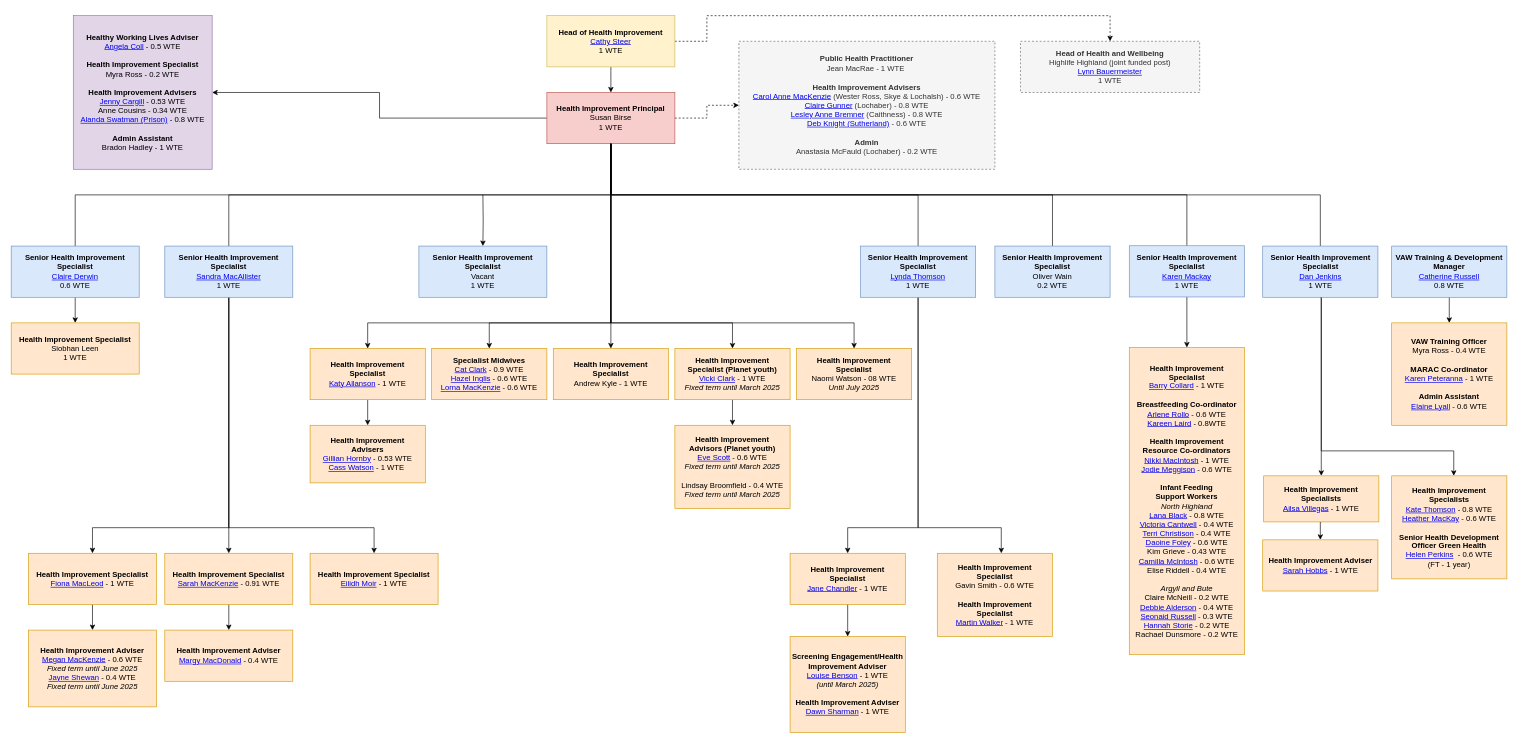
The draw.io diagram Untitled Diagram.drawio in barrycollard/staffOrgChart, before the edit. Source tidied: cells renumbered, new cells numbered last; positions are measured from the earlier drawing's top-left corner, leaving out a move shared by most shapes. Both pictures are drawn from the tidied source at 64%, with x=0, y=0 at pixel (11, 15).
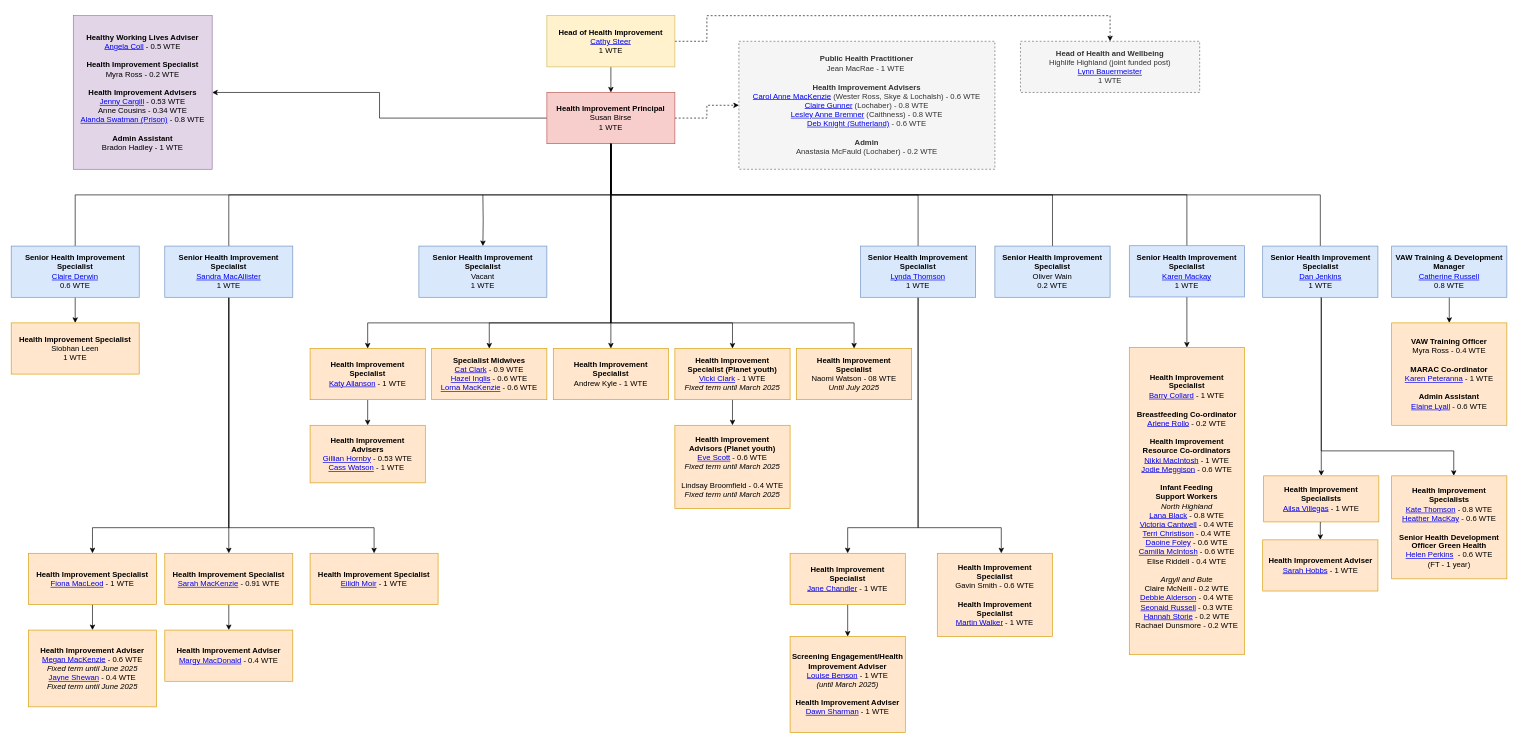
Above is the later version.

The edit, as a diff of the source:
```diff
@@
-    <mxCell id="39" value="&lt;div&gt;&lt;b&gt;Health Improvement &lt;br&gt;Specialist&lt;/b&gt;&lt;/div&gt;&lt;div&gt;&lt;a href=&quot;https://nhshighland.publichealth.scot.nhs.uk/staff/barry-collard/&quot;&gt;Barry Collard&lt;/a&gt; - 1 WTE&lt;/div&gt;&lt;div&gt;&lt;b&gt;&lt;br&gt;&lt;/b&gt;&lt;/div&gt;&lt;div&gt;&lt;b&gt;Breastfeeding Co-ordinator&lt;/b&gt;&lt;/div&gt;&lt;div&gt;&lt;a href=&quot;https://nhshighland.publichealth.scot.nhs.uk/staff/arlene-rollo/&quot;&gt;Arlene Rollo&lt;/a&gt; - 0.6 WTE&lt;/div&gt;&lt;div&gt;&lt;div&gt;&lt;a href=&quot;https://nhshighland.publichealth.scot.nhs.uk/staff/kareen-laird/&quot;&gt;Kareen Laird&lt;/a&gt; - 0.8WTE&lt;/div&gt;&lt;div&gt;&lt;br&gt;&lt;/div&gt;&lt;/div&gt;&lt;b&gt;Health Improvement &lt;br&gt;Resource Co-ordinators&lt;/b&gt;&lt;br&gt;&lt;div&gt;&lt;a href=&quot;https://nhshighland.publichealth.scot.nhs.uk/staff/nicola-mcintosh-2/&quot;&gt;Nikki MacIntosh&lt;/a&gt; - 1 WTE&lt;/div&gt;&lt;div&gt;&lt;a href=&quot;https://nhshighland.publichealth.scot.nhs.uk/staff/jodie-meggison/&quot;&gt;Jodie Meggison&lt;/a&gt; - 0.6 WTE&lt;/div&gt;&lt;div&gt;&lt;b&gt;&lt;br&gt;&lt;/b&gt;&lt;/div&gt;&lt;div&gt;&lt;b&gt;Infant Feeding&lt;br&gt;Support Workers&lt;/b&gt;&lt;/div&gt;&lt;div&gt;&lt;div style=&quot;&quot;&gt;&lt;i&gt;North Highland&lt;/i&gt;&lt;/div&gt;&lt;div style=&quot;&quot;&gt;&lt;a href=&quot;https://nhshighland.publichealth.scot.nhs.uk/staff/lana-black/&quot;&gt;Lana Black&lt;/a&gt; - 0.8 WTE&lt;/div&gt;&lt;div style=&quot;&quot;&gt;&lt;a href=&quot;https://nhshighland.publichealth.scot.nhs.uk/staff/victoria-cantwell/&quot;&gt;Victoria Cantwell&lt;/a&gt; - 0.4 WTE&lt;/div&gt;&lt;div style=&quot;&quot;&gt;&lt;a href=&quot;https://nhshighland.publichealth.scot.nhs.uk/staff/terri-christison/&quot;&gt;Terri Christison&lt;/a&gt; - 0.4 WTE&lt;/div&gt;&lt;div style=&quot;&quot;&gt;&lt;a href=&quot;https://nhshighland.publichealth.scot.nhs.uk/staff/daoine-foley/&quot;&gt;Daoine Foley&lt;/a&gt; - 0.6 WTE&lt;/div&gt;&lt;div style=&quot;&quot;&gt;Kim Grieve - 0.43 WTE&lt;/div&gt;&lt;div style=&quot;&quot;&gt;&lt;a href=&quot;https://nhshighland.publichealth.scot.nhs.uk/staff/camilla-mcintosh/&quot;&gt;Camilla McIntosh&lt;/a&gt; - 0.6 WTE&lt;/div&gt;&lt;div style=&quot;&quot;&gt;Elise Riddell - 0.4 WTE&lt;/div&gt;&lt;div style=&quot;&quot;&gt;&lt;br&gt;&lt;/div&gt;&lt;div style=&quot;&quot;&gt;&lt;i&gt;Argyll and Bute&lt;/i&gt;&lt;/div&gt;&lt;div style=&quot;&quot;&gt;Claire&amp;nbsp;McNeill&amp;nbsp;- 0.2 WTE&lt;/div&gt;&lt;div style=&quot;&quot;&gt;&lt;a href=&quot;https://nhshighland.publichealth.scot.nhs.uk/staff/debbie-alderson/&quot;&gt;Debbie Alderson&lt;/a&gt; - 0.4 WTE&lt;/div&gt;&lt;div style=&quot;&quot;&gt;&lt;a href=&quot;https://nhshighland.publichealth.scot.nhs.uk/staff/seonaid-russell/&quot;&gt;Seonaid Russell&lt;/a&gt; - 0.3 WTE&lt;/div&gt;&lt;div style=&quot;&quot;&gt;&lt;a href=&quot;https://nhshighland.publichealth.scot.nhs.uk/staff/hannah-storie/&quot;&gt;Hannah Storie&lt;/a&gt; - 0.2 WTE&lt;/div&gt;&lt;/div&gt;&lt;div style=&quot;&quot;&gt;Rachael Dunsmore - 0.2 WTE&lt;br&gt;&lt;/div&gt;" style="rounded=0;whiteSpace=wrap;html=1;fillColor=#ffe6cc;strokeColor=#d79b00;" parent="1" vertex="1">
+    <mxCell id="39" value="&lt;div&gt;&lt;b&gt;Health Improvement &lt;br&gt;Specialist&lt;/b&gt;&lt;/div&gt;&lt;div&gt;&lt;a href=&quot;https://nhshighland.publichealth.scot.nhs.uk/staff/barry-collard/&quot;&gt;Barry Collard&lt;/a&gt; - 1 WTE&lt;/div&gt;&lt;div&gt;&lt;b&gt;&lt;br&gt;&lt;/b&gt;&lt;/div&gt;&lt;div&gt;&lt;b&gt;Breastfeeding Co-ordinator&lt;/b&gt;&lt;/div&gt;&lt;div&gt;&lt;a href=&quot;https://nhshighland.publichealth.scot.nhs.uk/staff/arlene-rollo/&quot;&gt;Arlene Rollo&lt;/a&gt; - 0.2 WTE&lt;/div&gt;&lt;div&gt;&lt;br&gt;&lt;/div&gt;&lt;b&gt;Health Improvement &lt;br&gt;Resource Co-ordinators&lt;/b&gt;&lt;br&gt;&lt;div&gt;&lt;a href=&quot;https://nhshighland.publichealth.scot.nhs.uk/staff/nicola-mcintosh-2/&quot;&gt;Nikki MacIntosh&lt;/a&gt; - 1 WTE&lt;/div&gt;&lt;div&gt;&lt;a href=&quot;https://nhshighland.publichealth.scot.nhs.uk/staff/jodie-meggison/&quot;&gt;Jodie Meggison&lt;/a&gt; - 0.6 WTE&lt;/div&gt;&lt;div&gt;&lt;b&gt;&lt;br&gt;&lt;/b&gt;&lt;/div&gt;&lt;div&gt;&lt;b&gt;Infant Feeding&lt;br&gt;Support Workers&lt;/b&gt;&lt;/div&gt;&lt;div&gt;&lt;div style=&quot;&quot;&gt;&lt;i&gt;North Highland&lt;/i&gt;&lt;/div&gt;&lt;div style=&quot;&quot;&gt;&lt;a href=&quot;https://nhshighland.publichealth.scot.nhs.uk/staff/lana-black/&quot;&gt;Lana Black&lt;/a&gt; - 0.8 WTE&lt;/div&gt;&lt;div style=&quot;&quot;&gt;&lt;a href=&quot;https://nhshighland.publichealth.scot.nhs.uk/staff/victoria-cantwell/&quot;&gt;Victoria Cantwell&lt;/a&gt; - 0.4 WTE&lt;/div&gt;&lt;div style=&quot;&quot;&gt;&lt;a href=&quot;https://nhshighland.publichealth.scot.nhs.uk/staff/terri-christison/&quot;&gt;Terri Christison&lt;/a&gt; - 0.4 WTE&lt;/div&gt;&lt;div style=&quot;&quot;&gt;&lt;a href=&quot;https://nhshighland.publichealth.scot.nhs.uk/staff/daoine-foley/&quot;&gt;Daoine Foley&lt;/a&gt; - 0.6 WTE&lt;/div&gt;&lt;div style=&quot;&quot;&gt;&lt;a style=&quot;background-color: initial;&quot; href=&quot;https://nhshighland.publichealth.scot.nhs.uk/staff/camilla-mcintosh/&quot;&gt;Camilla McIntosh&lt;/a&gt;&lt;span style=&quot;background-color: initial;&quot;&gt; - 0.6 WTE&lt;/span&gt;&lt;br&gt;&lt;/div&gt;&lt;div style=&quot;&quot;&gt;Elise Riddell - 0.4 WTE&lt;/div&gt;&lt;div style=&quot;&quot;&gt;&lt;br&gt;&lt;/div&gt;&lt;div style=&quot;&quot;&gt;&lt;i&gt;Argyll and Bute&lt;/i&gt;&lt;/div&gt;&lt;div style=&quot;&quot;&gt;Claire&amp;nbsp;McNeill&amp;nbsp;- 0.2 WTE&lt;/div&gt;&lt;div style=&quot;&quot;&gt;&lt;a href=&quot;https://nhshighland.publichealth.scot.nhs.uk/staff/debbie-alderson/&quot;&gt;Debbie Alderson&lt;/a&gt; - 0.4 WTE&lt;/div&gt;&lt;div style=&quot;&quot;&gt;&lt;a href=&quot;https://nhshighland.publichealth.scot.nhs.uk/staff/seonaid-russell/&quot;&gt;Seonaid Russell&lt;/a&gt; - 0.3 WTE&lt;/div&gt;&lt;div style=&quot;&quot;&gt;&lt;a href=&quot;https://nhshighland.publichealth.scot.nhs.uk/staff/hannah-storie/&quot;&gt;Hannah Storie&lt;/a&gt; - 0.2 WTE&lt;/div&gt;&lt;/div&gt;&lt;div style=&quot;&quot;&gt;Rachael Dunsmore - 0.2 WTE&lt;br&gt;&lt;/div&gt;" style="rounded=0;whiteSpace=wrap;html=1;fillColor=#ffe6cc;strokeColor=#d79b00;" parent="1" vertex="1">
       <mxGeometry x="1747" y="518.5" width="180" height="480" as="geometry" />
     </mxCell>
```
